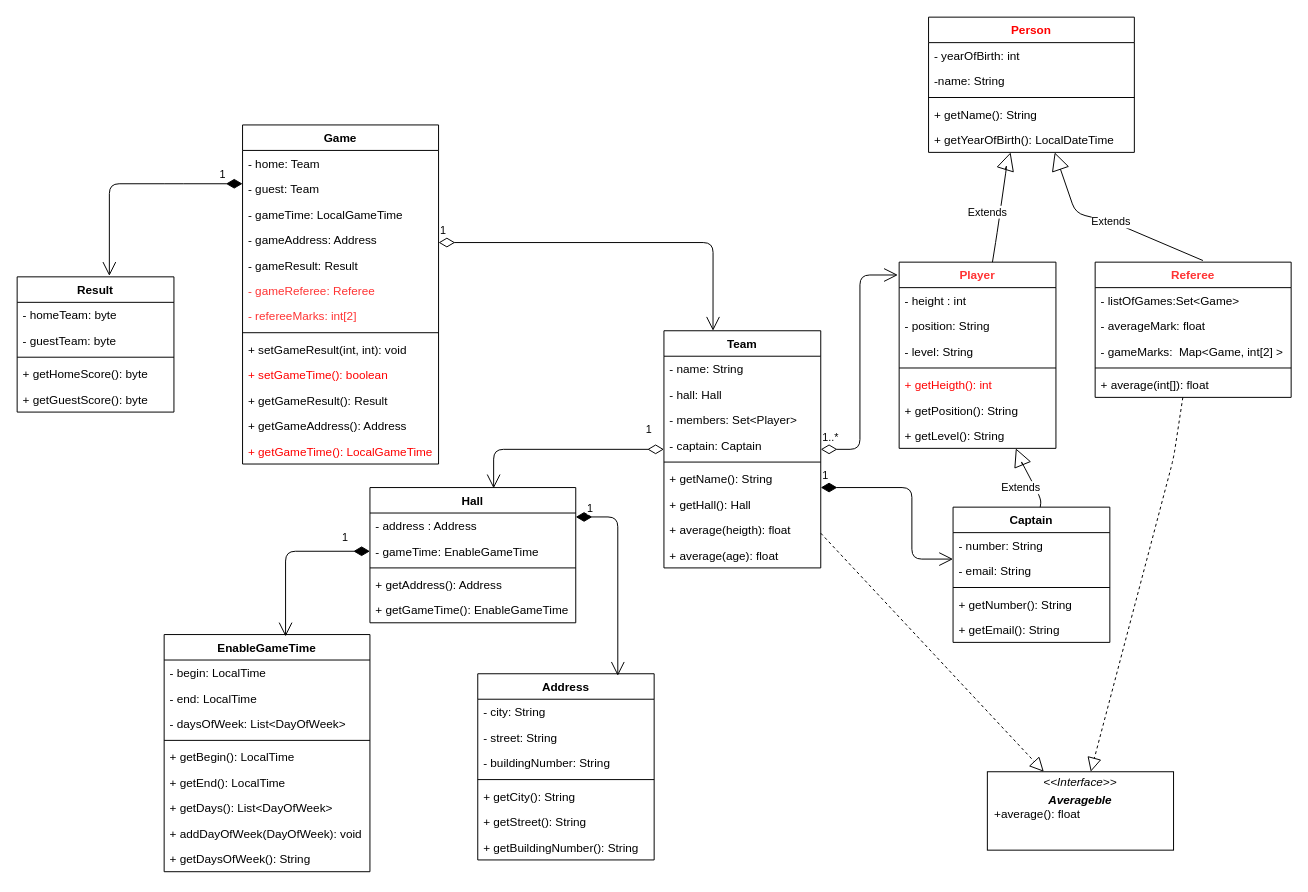
Earlier version of the draw.io diagram first.drawio (Roman-Polovtsev/Superleage). Source tidied: cells renumbered, new cells numbered last; positions are measured from the earlier drawing's top-left corner, leaving out a move shared by most shapes. Both pictures are drawn from the tidied source at 98%, with x=0, y=0 at pixel (17, 17).
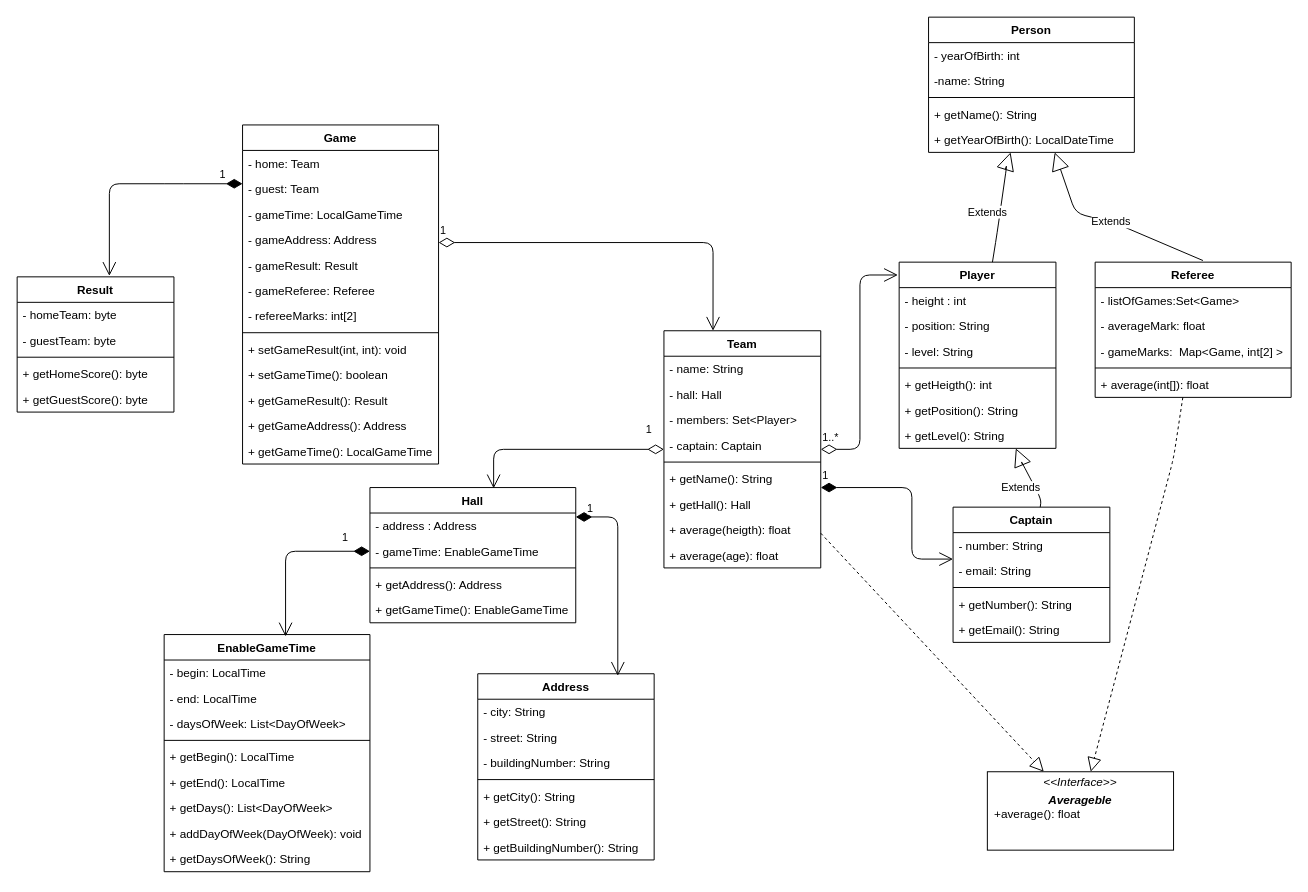
Above is the later version.

Commit message:
all is black

Unchanged cells that the change refers to:
```xml
<mxCell id="42" value="Game" style="swimlane;fontStyle=1;align=center;verticalAlign=top;horizontal=1;startSize=26;" parent="1" vertex="1">
  <mxGeometry x="230" y="110" width="200" height="346" as="geometry" />
</mxCell>
```

Diff of the diagram source:
```diff
@@
-    <mxCell id="48" value="- gameReferee: Referee" style="text;strokeColor=none;fillColor=none;align=left;verticalAlign=top;spacingLeft=4;spacingRight=4;overflow=hidden;fontColor=#FF3333;" parent="42" vertex="1">
+    <mxCell id="48" value="- gameReferee: Referee" style="text;strokeColor=none;fillColor=none;align=left;verticalAlign=top;spacingLeft=4;spacingRight=4;overflow=hidden;" parent="42" vertex="1">
       <mxGeometry y="156" width="200" height="26" as="geometry" />
     </mxCell>
-    <mxCell id="49" value="- refereeMarks: int[2] " style="text;strokeColor=none;fillColor=none;align=left;verticalAlign=top;spacingLeft=4;spacingRight=4;overflow=hidden;fontColor=#FF3333;" parent="42" vertex="1">
+    <mxCell id="49" value="- refereeMarks: int[2] " style="text;strokeColor=none;fillColor=none;align=left;verticalAlign=top;spacingLeft=4;spacingRight=4;overflow=hidden;" parent="42" vertex="1">
       <mxGeometry y="182" width="200" height="26" as="geometry" />
     </mxCell>
@@
-    <mxCell id="52" value="+ setGameTime(): boolean" style="text;strokeColor=none;fillColor=none;align=left;verticalAlign=top;spacingLeft=4;spacingRight=4;overflow=hidden;fontColor=#FF0000;" parent="42" vertex="1">
+    <mxCell id="52" value="+ setGameTime(): boolean" style="text;strokeColor=none;fillColor=none;align=left;verticalAlign=top;spacingLeft=4;spacingRight=4;overflow=hidden;" parent="42" vertex="1">
       <mxGeometry y="242" width="200" height="26" as="geometry" />
     </mxCell>
@@
-    <mxCell id="55" value="+ getGameTime(): LocalGameTime" style="text;strokeColor=none;fillColor=none;align=left;verticalAlign=top;spacingLeft=4;spacingRight=4;overflow=hidden;fontColor=#FF0000;" parent="42" vertex="1">
+    <mxCell id="55" value="+ getGameTime(): LocalGameTime" style="text;strokeColor=none;fillColor=none;align=left;verticalAlign=top;spacingLeft=4;spacingRight=4;overflow=hidden;" parent="42" vertex="1">
       <mxGeometry y="320" width="200" height="26" as="geometry" />
     </mxCell>
-    <mxCell id="56" value="Player" style="swimlane;fontStyle=1;align=center;verticalAlign=top;horizontal=1;startSize=26;fontColor=#FF3333;" parent="1" vertex="1">
+    <mxCell id="56" value="Player" style="swimlane;fontStyle=1;align=center;verticalAlign=top;horizontal=1;startSize=26;" parent="1" vertex="1">
       <mxGeometry x="900" y="250" width="160" height="190" as="geometry" />
     </mxCell>
@@
-    <mxCell id="61" value="+ getHeigth(): int" style="text;strokeColor=none;fillColor=none;align=left;verticalAlign=top;spacingLeft=4;spacingRight=4;overflow=hidden;fontColor=#FF0000;" parent="56" vertex="1">
+    <mxCell id="61" value="+ getHeigth(): int" style="text;strokeColor=none;fillColor=none;align=left;verticalAlign=top;spacingLeft=4;spacingRight=4;overflow=hidden;" parent="56" vertex="1">
       <mxGeometry y="112" width="160" height="26" as="geometry" />
     </mxCell>
@@
-    <mxCell id="65" value="Referee" style="swimlane;fontStyle=1;align=center;verticalAlign=top;horizontal=1;startSize=26;fontColor=#FF3333;" parent="1" vertex="1">
+    <mxCell id="65" value="Referee" style="swimlane;fontStyle=1;align=center;verticalAlign=top;horizontal=1;startSize=26;" parent="1" vertex="1">
       <mxGeometry x="1100" y="250" width="200" height="138" as="geometry" />
     </mxCell>
@@
-    <mxCell id="80" value="Person" style="swimlane;fontStyle=1;align=center;verticalAlign=top;horizontal=1;startSize=26;fontColor=#FF0000;" parent="1" vertex="1">
+    <mxCell id="80" value="Person" style="swimlane;fontStyle=1;align=center;verticalAlign=top;horizontal=1;startSize=26;" parent="1" vertex="1">
       <mxGeometry x="930" width="210" height="138" as="geometry" />
     </mxCell>
```
